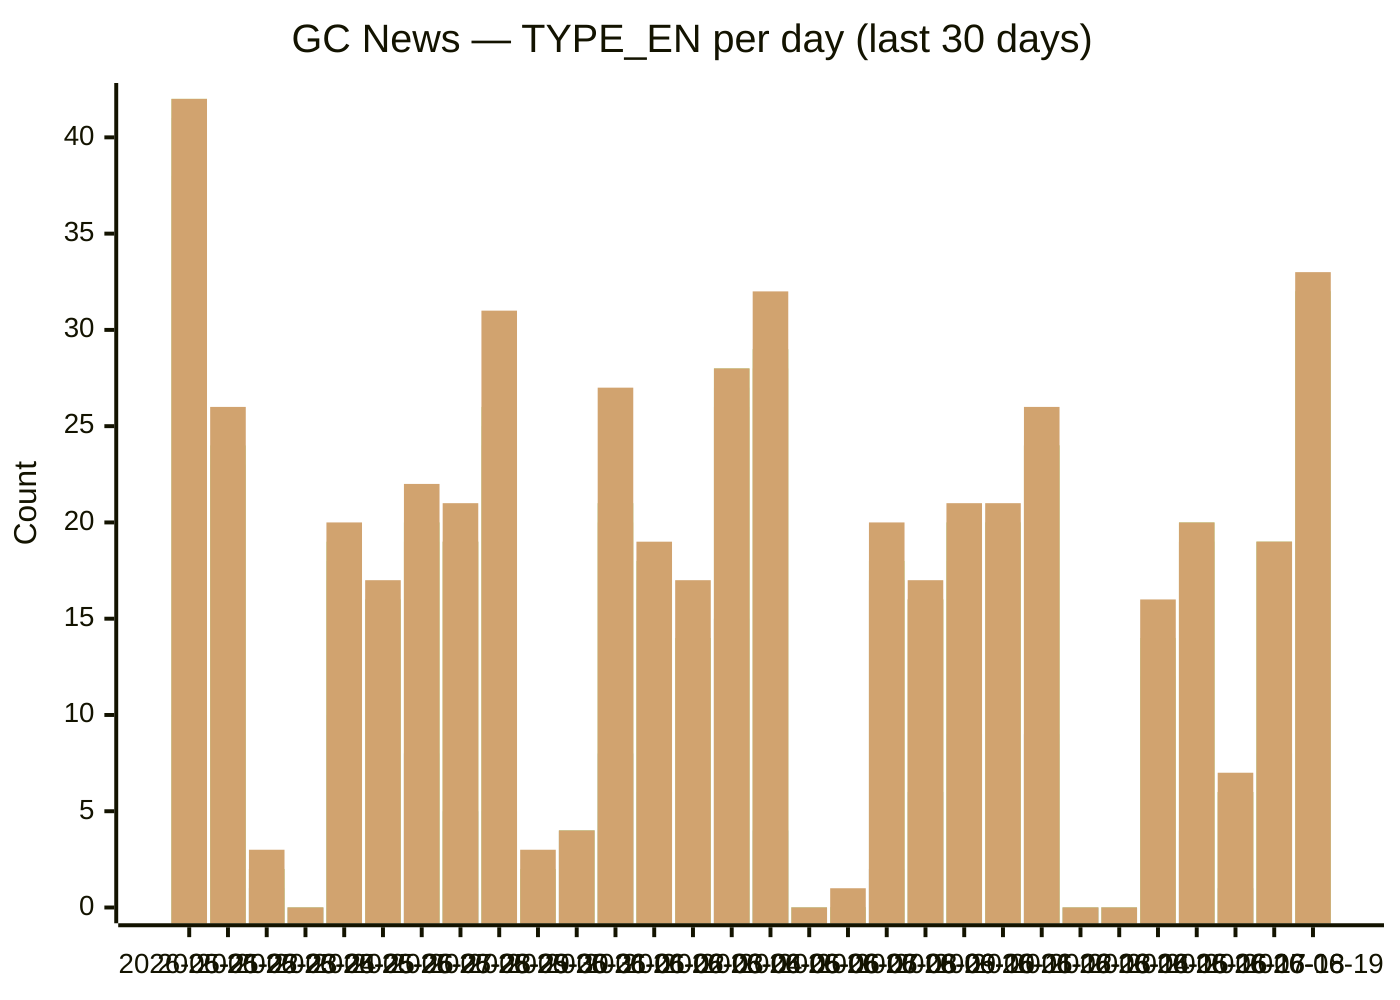
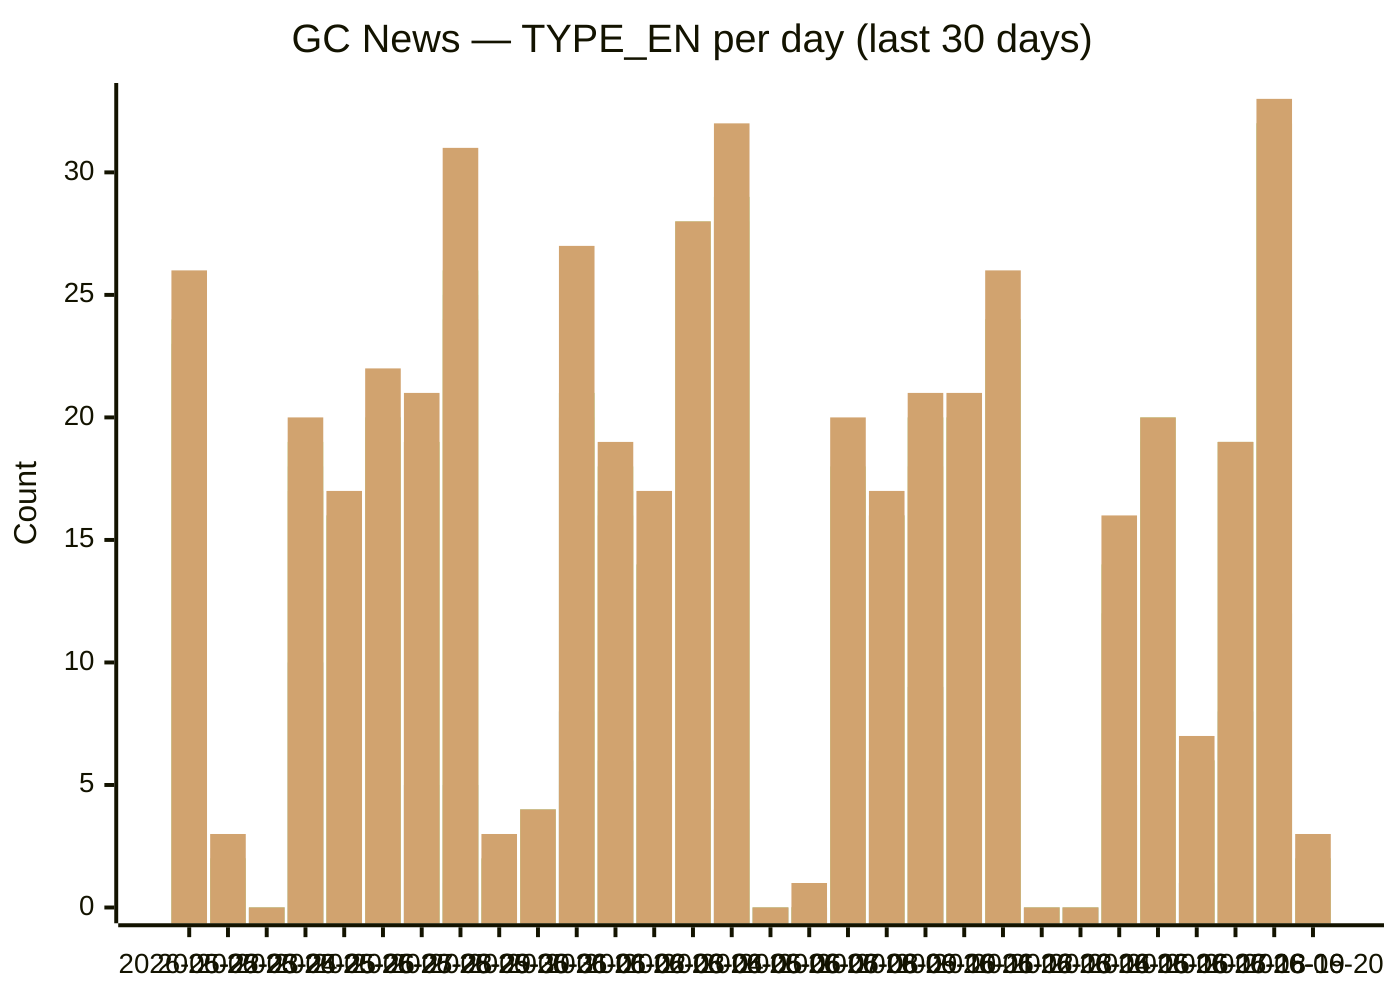
xychart-beta
  title "GC News — TYPE_EN per day (last 30 days)"
-   x-axis [2026-05-21, 2026-05-22, 2026-05-23, 2026-05-24, 2026-05-25, 2026-05-26, 2026-05-27, 2026-05-28, 2026-05-29, 2026-05-30, 2026-05-31, 2026-06-01, 2026-06-02, 2026-06-03, 2026-06-04, 2026-06-05, 2026-06-06, 2026-06-07, 2026-06-08, 2026-06-09, 2026-06-10, 2026-06-11, 2026-06-12, 2026-06-13, 2026-06-14, 2026-06-15, 2026-06-16, 2026-06-17, 2026-06-18, 2026-06-19]
-   y-axis "Count" 0 --> 42
-   bar backgrounders [3, 3, 0, 0, 6, 1, 4, 1, 1, 0, 0, 5, 2, 2, 2, 0, 0, 0, 0, 3, 2, 0, 3, 0, 0, 2, 3, 1, 2, 2]
-   bar "media advisories" [10, 9, 1, 0, 10, 6, 8, 5, 5, 0, 4, 8, 6, 5, 15, 4, 0, 0, 2, 6, 9, 7, 9, 0, 0, 5, 4, 1, 8, 12]
-   bar "news releases" [38, 23, 2, 0, 17, 13, 19, 19, 24, 2, 4, 20, 16, 13, 26, 28, 0, 0, 17, 16, 18, 19, 24, 0, 0, 12, 19, 6, 19, 32]
-   bar readouts [41, 23, 2, 0, 18, 16, 20, 19, 25, 2, 4, 21, 17, 14, 27, 29, 0, 0, 17, 16, 20, 20, 24, 0, 0, 12, 19, 6, 19, 32]
-   bar speeches [42, 24, 2, 0, 19, 16, 20, 19, 26, 2, 4, 21, 18, 14, 28, 29, 0, 0, 18, 16, 20, 20, 24, 0, 0, 14, 20, 6, 19, 32]
-   bar statements [42, 26, 3, 0, 20, 17, 22, 21, 31, 3, 4, 27, 19, 17, 28, 32, 0, 1, 20, 17, 21, 21, 26, 0, 0, 16, 20, 7, 19, 33]
+   x-axis [2026-05-22, 2026-05-23, 2026-05-24, 2026-05-25, 2026-05-26, 2026-05-27, 2026-05-28, 2026-05-29, 2026-05-30, 2026-05-31, 2026-06-01, 2026-06-02, 2026-06-03, 2026-06-04, 2026-06-05, 2026-06-06, 2026-06-07, 2026-06-08, 2026-06-09, 2026-06-10, 2026-06-11, 2026-06-12, 2026-06-13, 2026-06-14, 2026-06-15, 2026-06-16, 2026-06-17, 2026-06-18, 2026-06-19, 2026-06-20]
+   y-axis "Count" 0 --> 33
+   bar backgrounders [3, 0, 0, 6, 1, 4, 1, 1, 0, 0, 5, 2, 2, 2, 0, 0, 0, 0, 3, 2, 0, 3, 0, 0, 2, 3, 1, 2, 2, 0]
+   bar "media advisories" [9, 1, 0, 10, 6, 8, 5, 5, 0, 4, 8, 6, 5, 15, 4, 0, 0, 2, 6, 9, 7, 9, 0, 0, 5, 4, 1, 8, 12, 0]
+   bar "news releases" [23, 2, 0, 17, 13, 19, 19, 24, 2, 4, 20, 16, 13, 26, 28, 0, 0, 17, 16, 18, 19, 24, 0, 0, 12, 19, 6, 19, 32, 2]
+   bar readouts [23, 2, 0, 18, 16, 20, 19, 25, 2, 4, 21, 17, 14, 27, 29, 0, 0, 17, 16, 20, 20, 24, 0, 0, 12, 19, 6, 19, 32, 2]
+   bar speeches [24, 2, 0, 19, 16, 20, 19, 26, 2, 4, 21, 18, 14, 28, 29, 0, 0, 18, 16, 20, 20, 24, 0, 0, 14, 20, 6, 19, 32, 2]
+   bar statements [26, 3, 0, 20, 17, 22, 21, 31, 3, 4, 27, 19, 17, 28, 32, 0, 1, 20, 17, 21, 21, 26, 0, 0, 16, 20, 7, 19, 33, 3]
